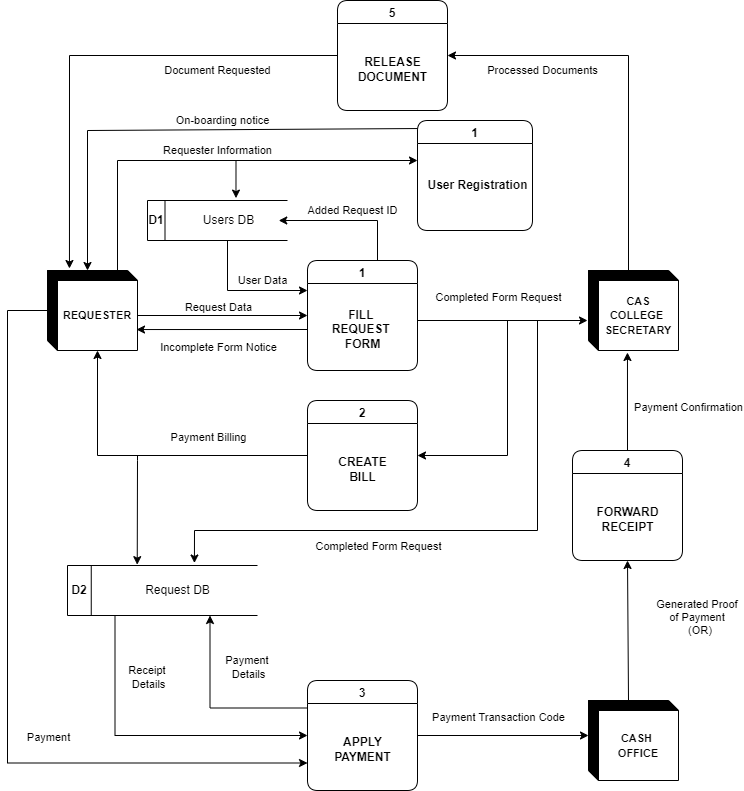
The draw.io diagram figures/Diagram0.png in RobJinon/retrac_paper, before a commit. Source tidied: cells renumbered, new cells last; positions are measured from the earlier drawing's top-left corner, leaving out a move shared by most shapes. Its diagram source:
```xml
<mxGraphModel>
  <root>
    <mxCell id="0" />
    <mxCell id="1" parent="0" />
    <mxCell id="2" style="edgeStyle=orthogonalEdgeStyle;rounded=0;jettySize=auto;html=1;exitX=0.25;exitY=0;exitDx=0;exitDy=0;entryX=1;entryY=0.5;entryDx=0;entryDy=0;fontSize=11;" parent="1" edge="1" source="3" target="50">
      <mxGeometry relative="1" as="geometry">
        <Array as="points">
          <mxPoint x="370" y="260" />
          <mxPoint x="370" y="220" />
        </Array>
      </mxGeometry>
    </mxCell>
    <mxCell id="3" value="1" style="swimlane;rounded=1;" parent="1" vertex="1">
      <mxGeometry x="300" y="260" width="110" height="110" as="geometry" />
    </mxCell>
    <mxCell id="4" value="&lt;b&gt;FILL &lt;br&gt;REQUEST &lt;br&gt;FORM&lt;br&gt;&lt;/b&gt;" style="text;html=1;align=center;verticalAlign=middle;strokeColor=none;fillColor=none;rounded=1;" parent="3" vertex="1">
      <mxGeometry x="20" y="44" width="70" height="50" as="geometry" />
    </mxCell>
    <mxCell id="5" value="Request Data" style="edgeLabel;html=1;align=center;verticalAlign=middle;fontSize=11;" parent="1" vertex="1">
      <mxGeometry x="290" y="290" as="geometry">
        <mxPoint x="-80" y="16" as="offset" />
      </mxGeometry>
    </mxCell>
    <mxCell id="6" style="edgeStyle=orthogonalEdgeStyle;rounded=0;jettySize=auto;html=1;entryX=0;entryY=0.75;entryDx=0;entryDy=0;" parent="1" edge="1" source="7" target="25">
      <mxGeometry relative="1" as="geometry">
        <Array as="points">
          <mxPoint y="310" />
          <mxPoint y="763" />
        </Array>
      </mxGeometry>
    </mxCell>
    <mxCell id="7" value="&lt;span style=&quot;font-size: 11px&quot;&gt;&lt;b&gt;REQUESTER&lt;/b&gt;&lt;/span&gt;" style="shape=cube;whiteSpace=wrap;html=1;boundedLbl=1;backgroundOutline=1;darkOpacity=5;darkOpacity2=5;rounded=1;glass=1;shadow=0;size=10;" parent="1" vertex="1">
      <mxGeometry x="40" y="270" width="90" height="80" as="geometry" />
    </mxCell>
    <mxCell id="8" style="endArrow=classic;html=1;rounded=0;exitX=0;exitY=0;exitDx=90;exitDy=45;exitPerimeter=0;entryX=0;entryY=0.5;entryDx=0;entryDy=0;" parent="1" edge="1" source="7" target="3">
      <mxGeometry relative="1" as="geometry" />
    </mxCell>
    <mxCell id="9" style="endArrow=classic;html=1;rounded=0;entryX=0.989;entryY=0.738;entryDx=0;entryDy=0;entryPerimeter=0;" parent="1" edge="1" target="7">
      <mxGeometry relative="1" as="geometry">
        <mxPoint x="300" y="329" as="sourcePoint" />
      </mxGeometry>
    </mxCell>
    <mxCell id="10" value="Incomplete Form Notice" style="edgeLabel;html=1;align=center;verticalAlign=middle;fontSize=11;" parent="1" vertex="1">
      <mxGeometry x="290" y="330" as="geometry">
        <mxPoint x="-80" y="16" as="offset" />
      </mxGeometry>
    </mxCell>
    <mxCell id="11" value="&lt;b style=&quot;font-size: 11px&quot;&gt;CAS&lt;br&gt;COLLEGE&amp;nbsp;&lt;br&gt;SECRETARY&lt;/b&gt;&lt;span style=&quot;font-size: 11px&quot;&gt;&lt;b&gt;&lt;br&gt;&lt;/b&gt;&lt;/span&gt;" style="shape=cube;whiteSpace=wrap;html=1;boundedLbl=1;backgroundOutline=1;darkOpacity=5;darkOpacity2=5;rounded=1;glass=1;shadow=0;size=10;" parent="1" vertex="1">
      <mxGeometry x="581" y="270" width="90" height="80" as="geometry" />
    </mxCell>
    <mxCell id="12" style="edgeStyle=orthogonalEdgeStyle;rounded=0;jettySize=auto;html=1;exitX=0;exitY=0;exitDx=40;exitDy=0;exitPerimeter=0;entryX=0.5;entryY=1;entryDx=0;entryDy=0;" parent="1" edge="1" source="13" target="31">
      <mxGeometry relative="1" as="geometry">
        <Array as="points">
          <mxPoint x="620" y="700" />
        </Array>
      </mxGeometry>
    </mxCell>
    <mxCell id="13" value="&lt;span style=&quot;font-size: 11px&quot;&gt;&lt;b&gt;CASH &lt;br&gt;OFFICE&lt;/b&gt;&lt;/span&gt;" style="shape=cube;whiteSpace=wrap;html=1;boundedLbl=1;backgroundOutline=1;darkOpacity=5;darkOpacity2=5;rounded=1;glass=1;shadow=0;size=10;" parent="1" vertex="1">
      <mxGeometry x="581" y="700" width="90" height="80" as="geometry" />
    </mxCell>
    <mxCell id="14" style="endArrow=classic;html=1;rounded=0;" parent="1" edge="1">
      <mxGeometry relative="1" as="geometry">
        <mxPoint x="410" y="320" as="sourcePoint" />
        <mxPoint x="580" y="320" as="targetPoint" />
      </mxGeometry>
    </mxCell>
    <mxCell id="15" value="Completed Form Request" style="edgeLabel;html=1;align=center;verticalAlign=middle;fontSize=11;" parent="1" vertex="1">
      <mxGeometry x="570" y="280" as="geometry">
        <mxPoint x="-80" y="16" as="offset" />
      </mxGeometry>
    </mxCell>
    <mxCell id="16" value="2" style="swimlane;rounded=1;" parent="1" vertex="1">
      <mxGeometry x="300" y="400" width="110" height="110" as="geometry" />
    </mxCell>
    <mxCell id="17" value="&lt;b&gt;CREATE&lt;br&gt;BILL&lt;br&gt;&lt;/b&gt;" style="text;html=1;align=center;verticalAlign=middle;strokeColor=none;fillColor=none;rounded=1;" parent="16" vertex="1">
      <mxGeometry x="25" y="54" width="60" height="30" as="geometry" />
    </mxCell>
    <mxCell id="18" style="endArrow=classic;html=1;rounded=0;entryX=1;entryY=0.5;entryDx=0;entryDy=0;" parent="1" edge="1" target="16">
      <mxGeometry relative="1" as="geometry">
        <mxPoint x="500" y="320" as="sourcePoint" />
        <Array as="points">
          <mxPoint x="500" y="455" />
        </Array>
      </mxGeometry>
    </mxCell>
    <mxCell id="19" style="endArrow=classic;html=1;rounded=0;entryX=0;entryY=0;entryDx=50;entryDy=80;exitX=0;exitY=0.5;exitDx=0;exitDy=0;entryPerimeter=0;" parent="1" edge="1" source="16" target="7">
      <mxGeometry relative="1" as="geometry">
        <Array as="points">
          <mxPoint x="90" y="455" />
        </Array>
      </mxGeometry>
    </mxCell>
    <mxCell id="20" value="Payment Billing" style="edgeLabel;html=1;align=center;verticalAlign=middle;fontSize=11;" parent="1" vertex="1">
      <mxGeometry x="280" y="420" as="geometry">
        <mxPoint x="-80" y="16" as="offset" />
      </mxGeometry>
    </mxCell>
    <mxCell id="21" style="endArrow=classic;html=1;rounded=0;entryX=0.367;entryY=-0.017;entryDx=0;entryDy=0;entryPerimeter=0;" parent="1" edge="1" target="44">
      <mxGeometry relative="1" as="geometry">
        <mxPoint x="130" y="460" as="sourcePoint" />
      </mxGeometry>
    </mxCell>
    <mxCell id="22" style="edgeStyle=orthogonalEdgeStyle;rounded=0;jettySize=auto;html=1;exitX=0.25;exitY=1;exitDx=0;exitDy=0;entryX=0;entryY=0.5;entryDx=0;entryDy=0;" parent="1" edge="1" source="44" target="25">
      <mxGeometry relative="1" as="geometry" />
    </mxCell>
    <mxCell id="23" style="edgeStyle=orthogonalEdgeStyle;rounded=0;jettySize=auto;html=1;exitX=1;exitY=0.5;exitDx=0;exitDy=0;entryX=0;entryY=0;entryDx=0;entryDy=35;entryPerimeter=0;" parent="1" edge="1" source="25" target="13">
      <mxGeometry relative="1" as="geometry" />
    </mxCell>
    <mxCell id="24" style="edgeStyle=orthogonalEdgeStyle;rounded=0;jettySize=auto;html=1;exitX=0;exitY=0.25;exitDx=0;exitDy=0;entryX=0.75;entryY=1;entryDx=0;entryDy=0;" parent="1" edge="1" source="25" target="44">
      <mxGeometry relative="1" as="geometry" />
    </mxCell>
    <mxCell id="25" value="3" style="swimlane;rounded=1;" parent="1" vertex="1">
      <mxGeometry x="300" y="680" width="110" height="110" as="geometry" />
    </mxCell>
    <mxCell id="26" value="&lt;b&gt;APPLY&lt;br&gt;PAYMENT&lt;br&gt;&lt;/b&gt;" style="text;html=1;align=center;verticalAlign=middle;strokeColor=none;fillColor=none;rounded=1;" parent="25" vertex="1">
      <mxGeometry x="20" y="54" width="70" height="30" as="geometry" />
    </mxCell>
    <mxCell id="27" value="Receipt &lt;br&gt;Details" style="edgeLabel;html=1;align=center;verticalAlign=middle;fontSize=11;" parent="1" vertex="1">
      <mxGeometry x="220" y="660" as="geometry">
        <mxPoint x="-80" y="16" as="offset" />
      </mxGeometry>
    </mxCell>
    <mxCell id="28" value="Payment &lt;br&gt;Details" style="edgeLabel;html=1;align=center;verticalAlign=middle;fontSize=11;" parent="1" vertex="1">
      <mxGeometry x="320" y="650" as="geometry">
        <mxPoint x="-80" y="16" as="offset" />
      </mxGeometry>
    </mxCell>
    <mxCell id="29" value="Payment Transaction Code" style="edgeLabel;html=1;align=center;verticalAlign=middle;fontSize=11;" parent="1" vertex="1">
      <mxGeometry x="570" y="700" as="geometry">
        <mxPoint x="-80" y="16" as="offset" />
      </mxGeometry>
    </mxCell>
    <mxCell id="30" style="edgeStyle=orthogonalEdgeStyle;rounded=0;jettySize=auto;html=1;exitX=0.5;exitY=0;exitDx=0;exitDy=0;entryX=0.433;entryY=1.025;entryDx=0;entryDy=0;entryPerimeter=0;" parent="1" edge="1" source="31" target="11">
      <mxGeometry relative="1" as="geometry" />
    </mxCell>
    <mxCell id="31" value="4" style="swimlane;rounded=1;" parent="1" vertex="1">
      <mxGeometry x="565" y="450" width="110" height="110" as="geometry" />
    </mxCell>
    <mxCell id="32" value="&lt;b&gt;FORWARD&lt;br&gt;RECEIPT&lt;br&gt;&lt;/b&gt;" style="text;html=1;align=center;verticalAlign=middle;strokeColor=none;fillColor=none;rounded=1;" parent="31" vertex="1">
      <mxGeometry x="15" y="54" width="80" height="30" as="geometry" />
    </mxCell>
    <mxCell id="33" value="Generated Proof &lt;br&gt;of Payment&amp;nbsp;&lt;br&gt;&amp;nbsp;(OR)" style="edgeLabel;html=1;align=center;verticalAlign=middle;fontSize=11;" parent="1" vertex="1">
      <mxGeometry x="770" y="600" as="geometry">
        <mxPoint x="-80" y="16" as="offset" />
      </mxGeometry>
    </mxCell>
    <mxCell id="34" value="Payment Confirmation" style="edgeLabel;html=1;align=center;verticalAlign=middle;fontSize=11;" parent="1" vertex="1">
      <mxGeometry x="760" y="390" as="geometry">
        <mxPoint x="-80" y="16" as="offset" />
      </mxGeometry>
    </mxCell>
    <mxCell id="35" style="endArrow=classic;html=1;rounded=0;entryX=1;entryY=0.5;entryDx=0;entryDy=0;exitX=0;exitY=0;exitDx=40;exitDy=0;exitPerimeter=0;edgeStyle=orthogonalEdgeStyle;" parent="1" edge="1" source="11" target="39">
      <mxGeometry relative="1" as="geometry" />
    </mxCell>
    <mxCell id="36" value="Processed Documents" style="text;html=1;align=center;verticalAlign=middle;strokeColor=none;fillColor=none;fontSize=11;" parent="1" vertex="1">
      <mxGeometry x="470" y="60" width="130" height="20" as="geometry" />
    </mxCell>
    <mxCell id="37" style="endArrow=none;html=1;rounded=0;" parent="1" edge="1">
      <mxGeometry relative="1" as="geometry">
        <mxPoint x="130" y="460" as="sourcePoint" />
        <mxPoint x="130" y="455" as="targetPoint" />
      </mxGeometry>
    </mxCell>
    <mxCell id="38" value="Payment" style="edgeLabel;html=1;align=center;verticalAlign=middle;fontSize=11;" parent="1" vertex="1">
      <mxGeometry x="120" y="720" as="geometry">
        <mxPoint x="-80" y="16" as="offset" />
      </mxGeometry>
    </mxCell>
    <mxCell id="39" value="5" style="swimlane;rounded=1;startSize=23;" parent="1" vertex="1">
      <mxGeometry x="330" width="110" height="110" as="geometry" />
    </mxCell>
    <mxCell id="40" value="&lt;b&gt;RELEASE&lt;br&gt;DOCUMENT&lt;br&gt;&lt;/b&gt;" style="text;html=1;align=center;verticalAlign=middle;strokeColor=none;fillColor=none;rounded=1;" parent="39" vertex="1">
      <mxGeometry x="15" y="54" width="80" height="30" as="geometry" />
    </mxCell>
    <mxCell id="41" style="endArrow=classic;html=1;rounded=0;exitX=0;exitY=0.5;exitDx=0;exitDy=0;entryX=0.244;entryY=-0.025;entryDx=0;entryDy=0;entryPerimeter=0;edgeStyle=orthogonalEdgeStyle;" parent="1" edge="1" source="39" target="7">
      <mxGeometry relative="1" as="geometry" />
    </mxCell>
    <mxCell id="42" value="Document Requested" style="text;html=1;align=center;verticalAlign=middle;strokeColor=none;fillColor=none;fontSize=11;" parent="1" vertex="1">
      <mxGeometry x="150" y="60" width="120" height="20" as="geometry" />
    </mxCell>
    <mxCell id="43" style="group;" parent="1" vertex="1">
      <mxGeometry x="60" y="565" width="190" height="50" as="geometry" />
    </mxCell>
    <mxCell id="44" style="shape=partialRectangle;whiteSpace=wrap;html=1;left=0;right=0;fillColor=none;strokeColor=#000000;" parent="43" vertex="1">
      <mxGeometry width="190" height="50" as="geometry" />
    </mxCell>
    <mxCell id="45" value="&lt;b&gt;D2&lt;/b&gt;" style="shape=partialRectangle;whiteSpace=wrap;html=1;top=0;bottom=0;fillColor=none;strokeColor=#000000;" parent="43" vertex="1">
      <mxGeometry width="23.8" height="50" as="geometry" />
    </mxCell>
    <mxCell id="46" value="Request DB" style="text;html=1;strokeColor=none;fillColor=none;align=center;verticalAlign=middle;whiteSpace=wrap;rounded=0;" parent="43" vertex="1">
      <mxGeometry x="41.6" y="10" width="136.6" height="30" as="geometry" />
    </mxCell>
    <mxCell id="47" style="group;" parent="1" vertex="1">
      <mxGeometry x="140" y="200" width="140" height="40" as="geometry" />
    </mxCell>
    <mxCell id="48" style="shape=partialRectangle;whiteSpace=wrap;html=1;left=0;right=0;fillColor=none;strokeColor=#000000;" parent="47" vertex="1">
      <mxGeometry width="140" height="40" as="geometry" />
    </mxCell>
    <mxCell id="49" value="&lt;b&gt;D1&lt;/b&gt;" style="shape=partialRectangle;whiteSpace=wrap;html=1;top=0;bottom=0;fillColor=none;strokeColor=#000000;" parent="47" vertex="1">
      <mxGeometry width="17.5" height="40" as="geometry" />
    </mxCell>
    <mxCell id="50" value="Users DB" style="text;html=1;strokeColor=none;fillColor=none;align=center;verticalAlign=middle;whiteSpace=wrap;rounded=0;" parent="47" vertex="1">
      <mxGeometry x="30.6" y="8" width="100.6" height="24" as="geometry" />
    </mxCell>
    <mxCell id="51" style="edgeStyle=orthogonalEdgeStyle;rounded=0;jettySize=auto;html=1;fontSize=11;exitX=0.01;exitY=0.073;exitDx=0;exitDy=0;exitPerimeter=0;" parent="1" edge="1" source="52">
      <mxGeometry relative="1" as="geometry">
        <mxPoint x="80" y="270" as="targetPoint" />
        <Array as="points">
          <mxPoint x="411" y="130" />
          <mxPoint x="80" y="130" />
        </Array>
      </mxGeometry>
    </mxCell>
    <mxCell id="52" value="1" style="swimlane;rounded=1;startSize=23;" parent="1" vertex="1">
      <mxGeometry x="410" y="120" width="115" height="110" as="geometry" />
    </mxCell>
    <mxCell id="53" style="endArrow=classic;html=1;rounded=0;fontSize=11;edgeStyle=orthogonalEdgeStyle;exitX=0;exitY=0;exitDx=40;exitDy=0;exitPerimeter=0;" parent="1" edge="1" source="7">
      <mxGeometry relative="1" as="geometry">
        <mxPoint x="410" y="160" as="targetPoint" />
        <Array as="points">
          <mxPoint x="110" y="270" />
          <mxPoint x="110" y="160" />
        </Array>
      </mxGeometry>
    </mxCell>
    <mxCell id="54" style="edgeStyle=orthogonalEdgeStyle;rounded=0;jettySize=auto;html=1;fontSize=11;entryX=0.632;entryY=-0.06;entryDx=0;entryDy=0;entryPerimeter=0;" parent="1" edge="1" target="48">
      <mxGeometry relative="1" as="geometry">
        <mxPoint x="240" y="160" as="sourcePoint" />
      </mxGeometry>
    </mxCell>
    <mxCell id="55" value="Requester Information" style="text;html=1;align=center;verticalAlign=middle;strokeColor=none;fillColor=none;fontSize=11;" parent="1" vertex="1">
      <mxGeometry x="150" y="140" width="120" height="20" as="geometry" />
    </mxCell>
    <mxCell id="56" style="edgeStyle=orthogonalEdgeStyle;rounded=0;orthogonalLoop=1;jettySize=auto;html=1;fontSize=11;" parent="1" edge="1">
      <mxGeometry relative="1" as="geometry">
        <mxPoint x="220" y="240" as="sourcePoint" />
        <mxPoint x="300" y="290" as="targetPoint" />
        <Array as="points">
          <mxPoint x="221" y="290" />
          <mxPoint x="280" y="290" />
        </Array>
      </mxGeometry>
    </mxCell>
    <mxCell id="57" value="On-boarding notice" style="text;html=1;align=center;verticalAlign=middle;strokeColor=none;fillColor=none;fontSize=11;" parent="1" vertex="1">
      <mxGeometry x="160" y="110" width="110" height="20" as="geometry" />
    </mxCell>
    <mxCell id="58" style="edgeStyle=orthogonalEdgeStyle;rounded=0;jettySize=auto;html=1;fontSize=11;entryX=0.668;entryY=-0.05;entryDx=0;entryDy=0;entryPerimeter=0;" parent="1" edge="1" target="44">
      <mxGeometry relative="1" as="geometry">
        <mxPoint x="530" y="320" as="sourcePoint" />
        <Array as="points">
          <mxPoint x="530" y="530" />
          <mxPoint x="187" y="530" />
        </Array>
      </mxGeometry>
    </mxCell>
    <mxCell id="59" value="Completed Form Request" style="edgeLabel;html=1;align=center;verticalAlign=middle;fontSize=11;" parent="1" vertex="1">
      <mxGeometry x="450" y="529" as="geometry">
        <mxPoint x="-80" y="16" as="offset" />
      </mxGeometry>
    </mxCell>
    <mxCell id="60" value="User Data" style="text;html=1;align=center;verticalAlign=middle;strokeColor=none;fillColor=none;fontSize=11;" parent="1" vertex="1">
      <mxGeometry x="220" y="270" width="70" height="20" as="geometry" />
    </mxCell>
    <mxCell id="61" value="&lt;b&gt;User Registration&lt;br&gt;&lt;/b&gt;" style="text;html=1;align=center;verticalAlign=middle;strokeColor=none;fillColor=none;rounded=1;" parent="1" vertex="1">
      <mxGeometry x="410" y="175" width="120" height="20" as="geometry" />
    </mxCell>
    <mxCell id="62" value="Added Request ID" style="text;html=1;align=center;verticalAlign=middle;strokeColor=none;fillColor=none;fontSize=11;" parent="1" vertex="1">
      <mxGeometry x="290" y="200" width="110" height="20" as="geometry" />
    </mxCell>
  </root>
</mxGraphModel>
```
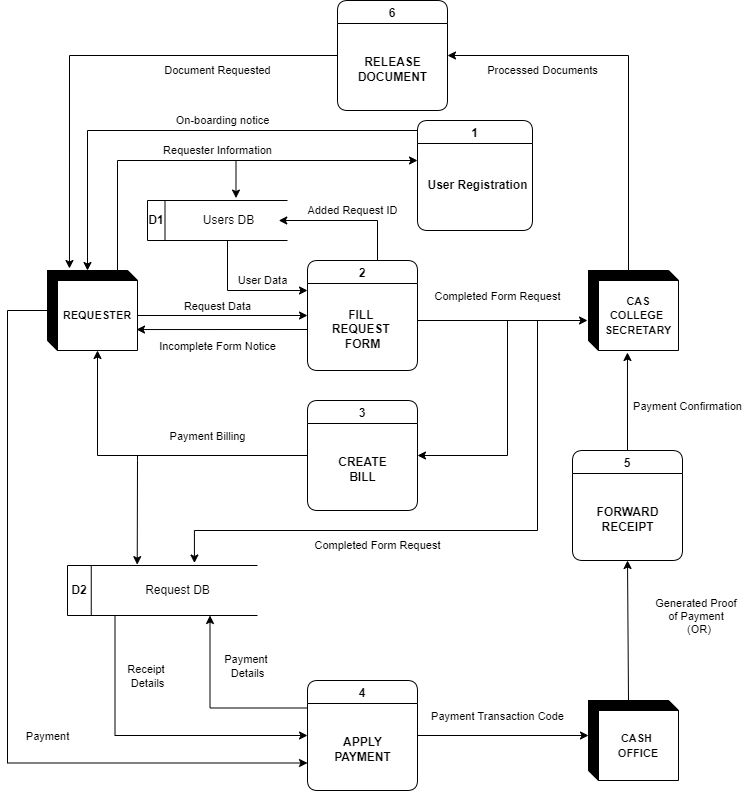
Later version of the same file.

What changed in the source:
```diff
@@ -10,7 +10,7 @@
         </Array>
       </mxGeometry>
     </mxCell>
-    <mxCell id="3" value="1" style="swimlane;rounded=1;" parent="1" vertex="1">
+    <mxCell id="3" value="2" style="swimlane;rounded=1;startSize=23;" parent="1" vertex="1">
       <mxGeometry x="300" y="260" width="110" height="110" as="geometry" />
     </mxCell>
     <mxCell id="4" value="&lt;b&gt;FILL &lt;br&gt;REQUEST &lt;br&gt;FORM&lt;br&gt;&lt;/b&gt;" style="text;html=1;align=center;verticalAlign=middle;strokeColor=none;fillColor=none;rounded=1;" parent="3" vertex="1">
@@ -69,7 +69,7 @@
         <mxPoint x="-80" y="16" as="offset" />
       </mxGeometry>
     </mxCell>
-    <mxCell id="16" value="2" style="swimlane;rounded=1;" parent="1" vertex="1">
+    <mxCell id="16" value="3" style="swimlane;rounded=1;" parent="1" vertex="1">
       <mxGeometry x="300" y="400" width="110" height="110" as="geometry" />
     </mxCell>
     <mxCell id="17" value="&lt;b&gt;CREATE&lt;br&gt;BILL&lt;br&gt;&lt;/b&gt;" style="text;html=1;align=center;verticalAlign=middle;strokeColor=none;fillColor=none;rounded=1;" parent="16" vertex="1">
@@ -109,7 +109,7 @@
     <mxCell id="24" style="edgeStyle=orthogonalEdgeStyle;rounded=0;jettySize=auto;html=1;exitX=0;exitY=0.25;exitDx=0;exitDy=0;entryX=0.75;entryY=1;entryDx=0;entryDy=0;" parent="1" edge="1" source="25" target="44">
       <mxGeometry relative="1" as="geometry" />
     </mxCell>
-    <mxCell id="25" value="3" style="swimlane;rounded=1;" parent="1" vertex="1">
+    <mxCell id="25" value="4" style="swimlane;rounded=1;" parent="1" vertex="1">
       <mxGeometry x="300" y="680" width="110" height="110" as="geometry" />
     </mxCell>
     <mxCell id="26" value="&lt;b&gt;APPLY&lt;br&gt;PAYMENT&lt;br&gt;&lt;/b&gt;" style="text;html=1;align=center;verticalAlign=middle;strokeColor=none;fillColor=none;rounded=1;" parent="25" vertex="1">
@@ -133,7 +133,7 @@
     <mxCell id="30" style="edgeStyle=orthogonalEdgeStyle;rounded=0;jettySize=auto;html=1;exitX=0.5;exitY=0;exitDx=0;exitDy=0;entryX=0.433;entryY=1.025;entryDx=0;entryDy=0;entryPerimeter=0;" parent="1" edge="1" source="31" target="11">
       <mxGeometry relative="1" as="geometry" />
     </mxCell>
-    <mxCell id="31" value="4" style="swimlane;rounded=1;" parent="1" vertex="1">
+    <mxCell id="31" value="5" style="swimlane;rounded=1;" parent="1" vertex="1">
       <mxGeometry x="565" y="450" width="110" height="110" as="geometry" />
     </mxCell>
     <mxCell id="32" value="&lt;b&gt;FORWARD&lt;br&gt;RECEIPT&lt;br&gt;&lt;/b&gt;" style="text;html=1;align=center;verticalAlign=middle;strokeColor=none;fillColor=none;rounded=1;" parent="31" vertex="1">
@@ -166,7 +166,7 @@
         <mxPoint x="-80" y="16" as="offset" />
       </mxGeometry>
     </mxCell>
-    <mxCell id="39" value="5" style="swimlane;rounded=1;startSize=23;" parent="1" vertex="1">
+    <mxCell id="39" value="6" style="swimlane;rounded=1;startSize=23;" parent="1" vertex="1">
       <mxGeometry x="330" width="110" height="110" as="geometry" />
     </mxCell>
     <mxCell id="40" value="&lt;b&gt;RELEASE&lt;br&gt;DOCUMENT&lt;br&gt;&lt;/b&gt;" style="text;html=1;align=center;verticalAlign=middle;strokeColor=none;fillColor=none;rounded=1;" parent="39" vertex="1">
```
